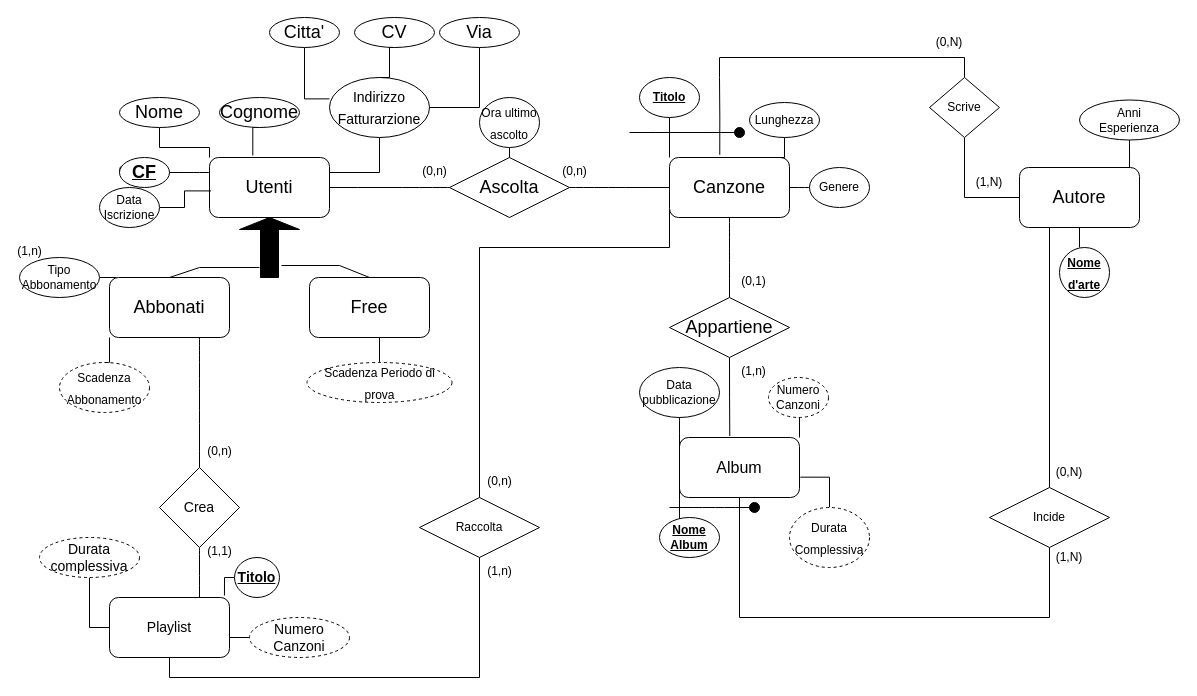
Ariethel/Uni keeps this draw.io diagram as BasiDiDati/Progetto/DiagrammaER.drawio. Above is the earlier version. Source tidied: cells renumbered, new cells numbered last; positions are measured from the earlier drawing's top-left corner, leaving out a move shared by most shapes. Both pictures are drawn from the tidied source at 100%, with x=0, y=0 at pixel (19, 17).
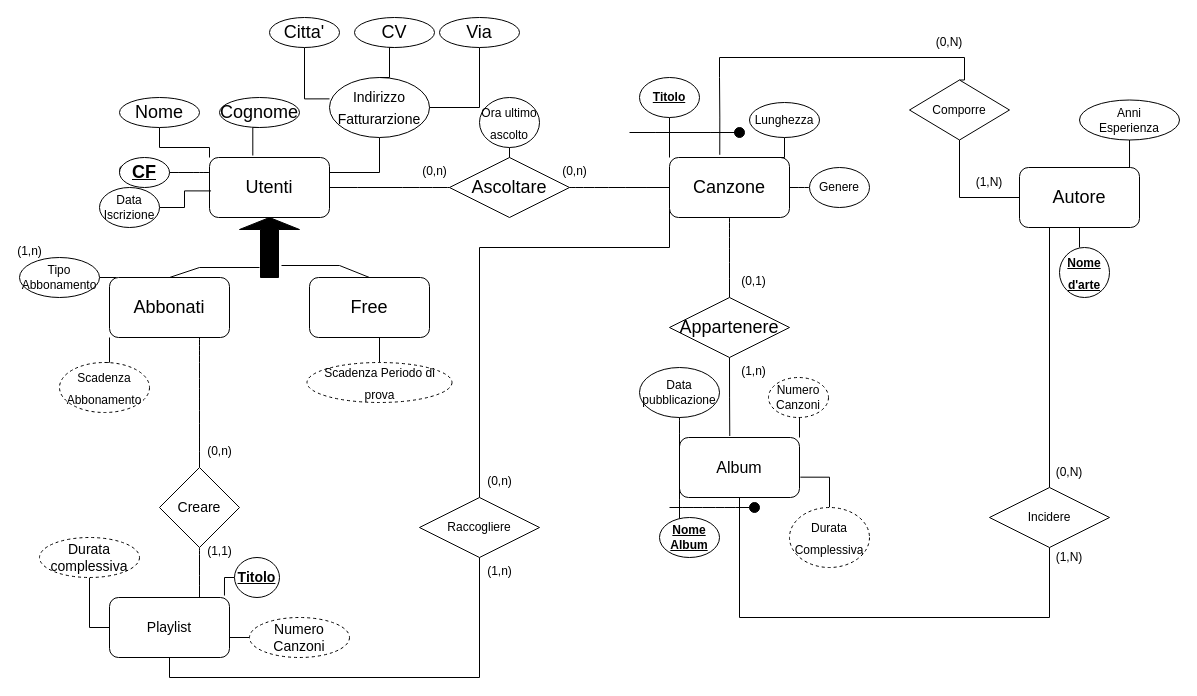
The same page after the edit.

Diff of the diagram source:
```diff
@@
-    <mxCell id="28" value="Ascolta" style="shape=rhombus;perimeter=rhombusPerimeter;whiteSpace=wrap;html=1;align=center;fontSize=18;fillColor=default;" parent="1" vertex="1">
+    <mxCell id="28" value="Ascoltare" style="shape=rhombus;perimeter=rhombusPerimeter;whiteSpace=wrap;html=1;align=center;fontSize=18;fillColor=default;" parent="1" vertex="1">
       <mxGeometry x="430" y="140" width="120" height="60" as="geometry" />
     </mxCell>
@@
-    <mxCell id="44" value="Appartiene" style="shape=rhombus;perimeter=rhombusPerimeter;whiteSpace=wrap;html=1;align=center;fontSize=18;fillColor=default;" parent="1" vertex="1">
+    <mxCell id="44" value="Appartenere" style="shape=rhombus;perimeter=rhombusPerimeter;whiteSpace=wrap;html=1;align=center;fontSize=18;fillColor=default;" parent="1" vertex="1">
       <mxGeometry x="650" y="280" width="120" height="60" as="geometry" />
     </mxCell>
@@
-    <mxCell id="58" value="Crea" style="rhombus;whiteSpace=wrap;html=1;fontSize=14;" parent="1" vertex="1">
+    <mxCell id="58" value="Creare" style="rhombus;whiteSpace=wrap;html=1;fontSize=14;" parent="1" vertex="1">
       <mxGeometry x="140" y="450" width="80" height="80" as="geometry" />
     </mxCell>
@@
-    <mxCell id="69" value="Raccolta" style="shape=rhombus;perimeter=rhombusPerimeter;whiteSpace=wrap;html=1;align=center;" parent="1" vertex="1">
+    <mxCell id="69" value="Raccogliere" style="shape=rhombus;perimeter=rhombusPerimeter;whiteSpace=wrap;html=1;align=center;" parent="1" vertex="1">
       <mxGeometry x="400" y="480" width="120" height="60" as="geometry" />
     </mxCell>
@@
-    <mxCell id="79" value="Incide" style="shape=rhombus;perimeter=rhombusPerimeter;whiteSpace=wrap;html=1;align=center;fontSize=12;" parent="1" vertex="1">
+    <mxCell id="79" value="Incidere" style="shape=rhombus;perimeter=rhombusPerimeter;whiteSpace=wrap;html=1;align=center;fontSize=12;" parent="1" vertex="1">
       <mxGeometry x="970" y="470" width="120" height="60" as="geometry" />
     </mxCell>
@@
-    <mxCell id="81" value="Scrive" style="shape=rhombus;perimeter=rhombusPerimeter;whiteSpace=wrap;html=1;align=center;fontSize=12;" parent="1" vertex="1">
-      <mxGeometry x="910" y="60" width="70" height="60" as="geometry" />
+    <mxCell id="81" value="Comporre" style="shape=rhombus;perimeter=rhombusPerimeter;whiteSpace=wrap;html=1;align=center;fontSize=12;" parent="1" vertex="1">
+      <mxGeometry x="890" y="62.5" width="100" height="60" as="geometry" />
     </mxCell>
```
